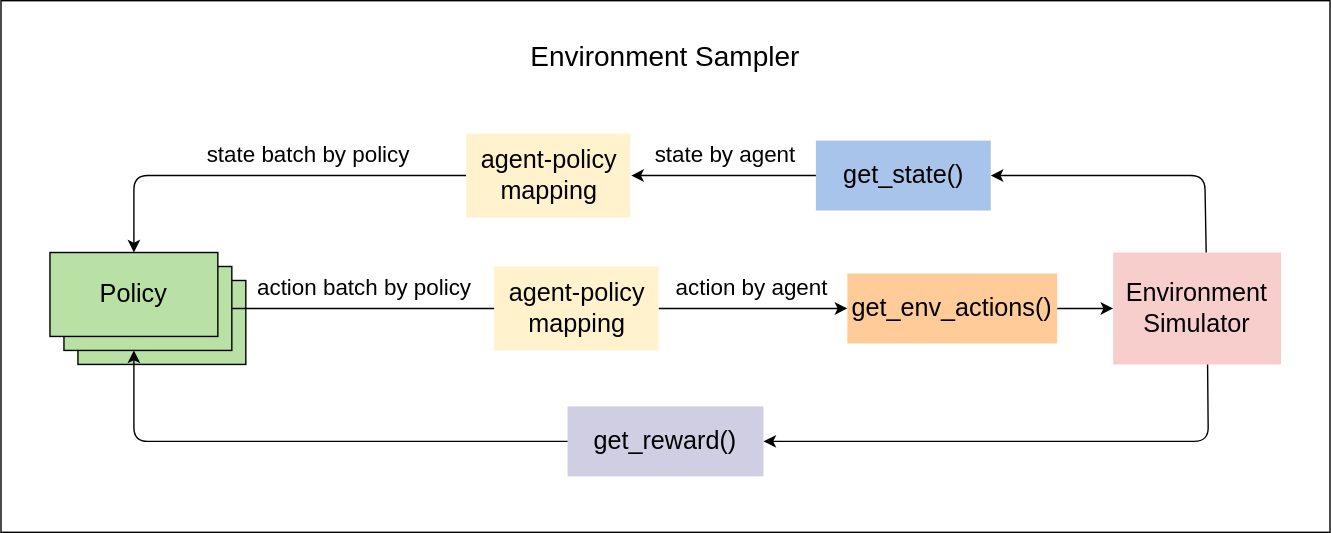
Above: docs/source/images/rl/env_sampler.svg in microsoft/maro (draw.io), before the change. Source tidied: cells renumbered, new cells last; positions are measured from the earlier drawing's top-left corner, leaving out a move shared by most shapes. Its diagram source:
```xml
<mxGraphModel>
  <root>
    <mxCell id="0" />
    <mxCell id="1" parent="0" />
    <mxCell id="2" style="rounded=0;whiteSpace=wrap;html=1;fontSize=20;" parent="1" vertex="1">
      <mxGeometry width="950" height="380" as="geometry" />
    </mxCell>
    <mxCell id="3" value="get_state()" style="rounded=0;whiteSpace=wrap;html=1;shadow=0;glass=0;sketch=0;strokeWidth=1;gradientColor=none;fontSize=18;align=center;strokeColor=none;fillColor=#A9C4EB;" parent="1" vertex="1">
      <mxGeometry x="582.5" y="100" width="125" height="50" as="geometry" />
    </mxCell>
    <mxCell id="4" value="Environment Simulator" style="rounded=0;whiteSpace=wrap;html=1;shadow=0;glass=0;sketch=0;strokeWidth=1;fontSize=18;align=center;fillColor=#f8cecc;strokeColor=none;" parent="1" vertex="1">
      <mxGeometry x="795" y="180" width="120" height="80" as="geometry" />
    </mxCell>
    <mxCell id="5" style="endArrow=classic;html=1;fontSize=20;" parent="1" edge="1" target="3">
      <mxGeometry relative="1" as="geometry">
        <mxPoint x="861.5" y="180" as="sourcePoint" />
        <Array as="points">
          <mxPoint x="860.5" y="125" />
        </Array>
      </mxGeometry>
    </mxCell>
    <mxCell id="6" value="get_env_actions()" style="rounded=0;whiteSpace=wrap;html=1;shadow=0;glass=0;sketch=0;strokeWidth=1;gradientColor=none;fontSize=18;align=center;strokeColor=none;fillColor=#FFCC99;" parent="1" vertex="1">
      <mxGeometry x="605" y="195" width="150" height="50" as="geometry" />
    </mxCell>
    <mxCell id="7" value="&lt;font&gt;&lt;span style=&quot;font-size: 20px&quot;&gt;Environment Sampler&lt;/span&gt;&lt;br&gt;&lt;/font&gt;" style="text;html=1;strokeColor=none;fillColor=none;align=center;verticalAlign=middle;whiteSpace=wrap;rounded=0;shadow=0;glass=0;sketch=0;fontSize=18;" parent="1" vertex="1">
      <mxGeometry x="376.3" y="20" width="197.5" height="40" as="geometry" />
    </mxCell>
    <mxCell id="8" value="Agent" style="rounded=0;whiteSpace=wrap;html=1;shadow=0;glass=0;sketch=0;strokeColor=#000000;strokeWidth=1;gradientColor=none;fontSize=18;align=center;fillColor=#B9E0A5;" parent="1" vertex="1">
      <mxGeometry x="55" y="200" width="120" height="60" as="geometry" />
    </mxCell>
    <mxCell id="9" value="Agent" style="rounded=0;whiteSpace=wrap;html=1;shadow=0;glass=0;sketch=0;strokeColor=#000000;strokeWidth=1;gradientColor=none;fontSize=18;align=center;fillColor=#B9E0A5;" parent="1" vertex="1">
      <mxGeometry x="45" y="190" width="120" height="60" as="geometry" />
    </mxCell>
    <mxCell id="10" value="Policy" style="rounded=0;whiteSpace=wrap;html=1;shadow=0;glass=0;sketch=0;strokeWidth=1;gradientColor=none;fontSize=18;align=center;fillColor=#B9E0A5;" parent="1" vertex="1">
      <mxGeometry x="35" y="180" width="120" height="60" as="geometry" />
    </mxCell>
    <mxCell id="11" value="&lt;font style=&quot;font-size: 16px&quot;&gt;state by agent&lt;/font&gt;" style="text;html=1;strokeColor=none;fillColor=none;align=center;verticalAlign=middle;whiteSpace=wrap;rounded=0;shadow=0;glass=0;sketch=0;fontSize=18;" parent="1" vertex="1">
      <mxGeometry x="457.5" y="95" width="120" height="30" as="geometry" />
    </mxCell>
    <mxCell id="12" style="endArrow=classic;html=1;fontSize=20;entryX=0.5;entryY=0;entryDx=0;entryDy=0;" parent="1" edge="1" target="10">
      <mxGeometry relative="1" as="geometry">
        <mxPoint x="332.5" y="125" as="sourcePoint" />
        <Array as="points">
          <mxPoint x="95" y="125" />
        </Array>
      </mxGeometry>
    </mxCell>
    <mxCell id="13" style="endArrow=classic;html=1;fontSize=20;exitX=1;exitY=0.5;exitDx=0;exitDy=0;startArrow=none;entryX=0;entryY=0.5;entryDx=0;entryDy=0;" parent="1" edge="1" source="22" target="6">
      <mxGeometry relative="1" as="geometry" />
    </mxCell>
    <mxCell id="14" value="&lt;font style=&quot;font-size: 16px&quot;&gt;action by agent&lt;/font&gt;" style="text;html=1;strokeColor=none;fillColor=none;align=center;verticalAlign=middle;whiteSpace=wrap;rounded=0;shadow=0;glass=0;sketch=0;fontSize=18;" parent="1" vertex="1">
      <mxGeometry x="477" y="190" width="120" height="30" as="geometry" />
    </mxCell>
    <mxCell id="15" style="endArrow=classic;html=1;fontSize=20;exitX=1;exitY=0.5;exitDx=0;exitDy=0;" parent="1" edge="1" source="6" target="4">
      <mxGeometry relative="1" as="geometry" />
    </mxCell>
    <mxCell id="16" value="get_reward()" style="rounded=0;whiteSpace=wrap;html=1;shadow=0;glass=0;sketch=0;strokeWidth=1;fontSize=18;align=center;fillColor=#d0cee2;strokeColor=none;" parent="1" vertex="1">
      <mxGeometry x="405" y="290" width="140" height="50" as="geometry" />
    </mxCell>
    <mxCell id="17" style="endArrow=classic;html=1;fontSize=20;entryX=1;entryY=0.5;entryDx=0;entryDy=0;" parent="1" edge="1" target="16">
      <mxGeometry relative="1" as="geometry">
        <mxPoint x="862.5" y="260" as="sourcePoint" />
        <Array as="points">
          <mxPoint x="863" y="315" />
        </Array>
      </mxGeometry>
    </mxCell>
    <mxCell id="18" style="endArrow=classic;html=1;fontSize=20;exitX=0;exitY=0.5;exitDx=0;exitDy=0;" parent="1" edge="1" source="16">
      <mxGeometry relative="1" as="geometry">
        <mxPoint x="95" y="250" as="targetPoint" />
        <Array as="points">
          <mxPoint x="95" y="315" />
        </Array>
      </mxGeometry>
    </mxCell>
    <mxCell id="19" value="agent-policy mapping" style="rounded=0;whiteSpace=wrap;html=1;shadow=0;glass=0;sketch=0;strokeWidth=1;fontSize=18;align=center;fillColor=#fff2cc;strokeColor=none;" parent="1" vertex="1">
      <mxGeometry x="332.5" y="95" width="117.5" height="60" as="geometry" />
    </mxCell>
    <mxCell id="20" style="endArrow=classic;html=1;fontSize=20;exitX=0;exitY=0.5;exitDx=0;exitDy=0;" parent="1" edge="1" source="3">
      <mxGeometry relative="1" as="geometry">
        <mxPoint x="450.5" y="125" as="targetPoint" />
      </mxGeometry>
    </mxCell>
    <mxCell id="21" value="&lt;font style=&quot;font-size: 16px&quot;&gt;state batch by policy&lt;/font&gt;" style="text;html=1;strokeColor=none;fillColor=none;align=center;verticalAlign=middle;whiteSpace=wrap;rounded=0;shadow=0;glass=0;sketch=0;fontSize=18;" parent="1" vertex="1">
      <mxGeometry x="145" y="95" width="150" height="30" as="geometry" />
    </mxCell>
    <mxCell id="22" value="agent-policy mapping" style="rounded=0;whiteSpace=wrap;html=1;shadow=0;glass=0;sketch=0;strokeWidth=1;fontSize=18;align=center;fillColor=#fff2cc;strokeColor=none;" parent="1" vertex="1">
      <mxGeometry x="352.5" y="190" width="117.5" height="60" as="geometry" />
    </mxCell>
    <mxCell id="23" style="endArrow=none;html=1;fontSize=20;exitX=1;exitY=0.5;exitDx=0;exitDy=0;" parent="1" edge="1" source="9" target="22">
      <mxGeometry relative="1" as="geometry" />
    </mxCell>
    <mxCell id="24" value="&lt;font style=&quot;font-size: 16px&quot;&gt;action batch by policy&lt;/font&gt;" style="text;html=1;strokeColor=none;fillColor=none;align=center;verticalAlign=middle;whiteSpace=wrap;rounded=0;shadow=0;glass=0;sketch=0;fontSize=18;" parent="1" vertex="1">
      <mxGeometry x="175" y="190" width="170" height="30" as="geometry" />
    </mxCell>
  </root>
</mxGraphModel>
```
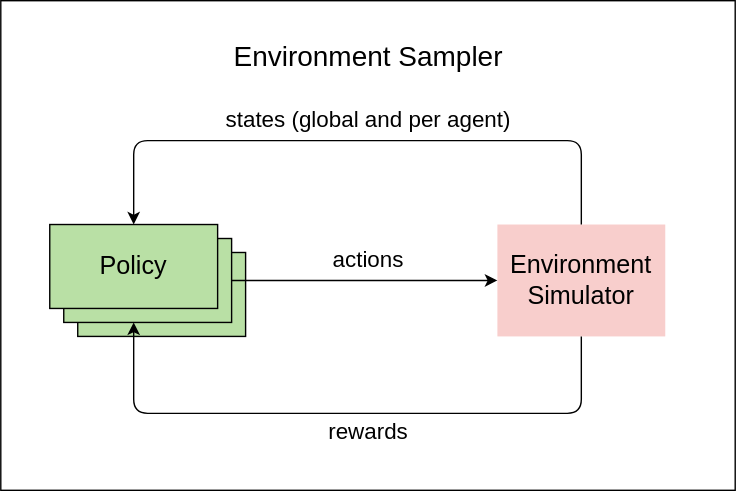
Above is the later version.

Change to the diagram source:
```diff
@@ -3,27 +3,21 @@
     <mxCell id="0" />
     <mxCell id="1" parent="0" />
     <mxCell id="2" style="rounded=0;whiteSpace=wrap;html=1;fontSize=20;" parent="1" vertex="1">
-      <mxGeometry width="950" height="380" as="geometry" />
+      <mxGeometry y="20" width="525" height="350" as="geometry" />
     </mxCell>
-    <mxCell id="3" value="get_state()" style="rounded=0;whiteSpace=wrap;html=1;shadow=0;glass=0;sketch=0;strokeWidth=1;gradientColor=none;fontSize=18;align=center;strokeColor=none;fillColor=#A9C4EB;" parent="1" vertex="1">
-      <mxGeometry x="582.5" y="100" width="125" height="50" as="geometry" />
-    </mxCell>
     <mxCell id="4" value="Environment Simulator" style="rounded=0;whiteSpace=wrap;html=1;shadow=0;glass=0;sketch=0;strokeWidth=1;fontSize=18;align=center;fillColor=#f8cecc;strokeColor=none;" parent="1" vertex="1">
-      <mxGeometry x="795" y="180" width="120" height="80" as="geometry" />
+      <mxGeometry x="355" y="180" width="120" height="80" as="geometry" />
     </mxCell>
-    <mxCell id="5" style="endArrow=classic;html=1;fontSize=20;" parent="1" edge="1" target="3">
+    <mxCell id="5" style="endArrow=classic;html=1;fontSize=20;entryX=0.5;entryY=0;entryDx=0;entryDy=0;exitX=0.5;exitY=0;exitDx=0;exitDy=0;" parent="1" edge="1" source="4" target="10">
       <mxGeometry relative="1" as="geometry">
-        <mxPoint x="861.5" y="180" as="sourcePoint" />
         <Array as="points">
-          <mxPoint x="860.5" y="125" />
+          <mxPoint x="415" y="120" />
+          <mxPoint x="95" y="120" />
         </Array>
       </mxGeometry>
     </mxCell>
-    <mxCell id="6" value="get_env_actions()" style="rounded=0;whiteSpace=wrap;html=1;shadow=0;glass=0;sketch=0;strokeWidth=1;gradientColor=none;fontSize=18;align=center;strokeColor=none;fillColor=#FFCC99;" parent="1" vertex="1">
-      <mxGeometry x="605" y="195" width="150" height="50" as="geometry" />
-    </mxCell>
     <mxCell id="7" value="&lt;font&gt;&lt;span style=&quot;font-size: 20px&quot;&gt;Environment Sampler&lt;/span&gt;&lt;br&gt;&lt;/font&gt;" style="text;html=1;strokeColor=none;fillColor=none;align=center;verticalAlign=middle;whiteSpace=wrap;rounded=0;shadow=0;glass=0;sketch=0;fontSize=18;" parent="1" vertex="1">
-      <mxGeometry x="376.3" y="20" width="197.5" height="40" as="geometry" />
+      <mxGeometry x="163.8" y="40" width="197.5" height="40" as="geometry" />
     </mxCell>
     <mxCell id="8" value="Agent" style="rounded=0;whiteSpace=wrap;html=1;shadow=0;glass=0;sketch=0;strokeColor=#000000;strokeWidth=1;gradientColor=none;fontSize=18;align=center;fillColor=#B9E0A5;" parent="1" vertex="1">
       <mxGeometry x="55" y="200" width="120" height="60" as="geometry" />
@@ -34,64 +28,26 @@
     <mxCell id="10" value="Policy" style="rounded=0;whiteSpace=wrap;html=1;shadow=0;glass=0;sketch=0;strokeWidth=1;gradientColor=none;fontSize=18;align=center;fillColor=#B9E0A5;" parent="1" vertex="1">
       <mxGeometry x="35" y="180" width="120" height="60" as="geometry" />
     </mxCell>
-    <mxCell id="11" value="&lt;font style=&quot;font-size: 16px&quot;&gt;state by agent&lt;/font&gt;" style="text;html=1;strokeColor=none;fillColor=none;align=center;verticalAlign=middle;whiteSpace=wrap;rounded=0;shadow=0;glass=0;sketch=0;fontSize=18;" parent="1" vertex="1">
-      <mxGeometry x="457.5" y="95" width="120" height="30" as="geometry" />
-    </mxCell>
-    <mxCell id="12" style="endArrow=classic;html=1;fontSize=20;entryX=0.5;entryY=0;entryDx=0;entryDy=0;" parent="1" edge="1" target="10">
-      <mxGeometry relative="1" as="geometry">
-        <mxPoint x="332.5" y="125" as="sourcePoint" />
-        <Array as="points">
-          <mxPoint x="95" y="125" />
-        </Array>
-      </mxGeometry>
-    </mxCell>
-    <mxCell id="13" style="endArrow=classic;html=1;fontSize=20;exitX=1;exitY=0.5;exitDx=0;exitDy=0;startArrow=none;entryX=0;entryY=0.5;entryDx=0;entryDy=0;" parent="1" edge="1" source="22" target="6">
-      <mxGeometry relative="1" as="geometry" />
-    </mxCell>
-    <mxCell id="14" value="&lt;font style=&quot;font-size: 16px&quot;&gt;action by agent&lt;/font&gt;" style="text;html=1;strokeColor=none;fillColor=none;align=center;verticalAlign=middle;whiteSpace=wrap;rounded=0;shadow=0;glass=0;sketch=0;fontSize=18;" parent="1" vertex="1">
-      <mxGeometry x="477" y="190" width="120" height="30" as="geometry" />
-    </mxCell>
-    <mxCell id="15" style="endArrow=classic;html=1;fontSize=20;exitX=1;exitY=0.5;exitDx=0;exitDy=0;" parent="1" edge="1" source="6" target="4">
-      <mxGeometry relative="1" as="geometry" />
-    </mxCell>
-    <mxCell id="16" value="get_reward()" style="rounded=0;whiteSpace=wrap;html=1;shadow=0;glass=0;sketch=0;strokeWidth=1;fontSize=18;align=center;fillColor=#d0cee2;strokeColor=none;" parent="1" vertex="1">
-      <mxGeometry x="405" y="290" width="140" height="50" as="geometry" />
-    </mxCell>
-    <mxCell id="17" style="endArrow=classic;html=1;fontSize=20;entryX=1;entryY=0.5;entryDx=0;entryDy=0;" parent="1" edge="1" target="16">
-      <mxGeometry relative="1" as="geometry">
-        <mxPoint x="862.5" y="260" as="sourcePoint" />
-        <Array as="points">
-          <mxPoint x="863" y="315" />
-        </Array>
-      </mxGeometry>
-    </mxCell>
-    <mxCell id="18" style="endArrow=classic;html=1;fontSize=20;exitX=0;exitY=0.5;exitDx=0;exitDy=0;" parent="1" edge="1" source="16">
+    <mxCell id="18" style="endArrow=classic;html=1;fontSize=20;exitX=0.5;exitY=1;exitDx=0;exitDy=0;" parent="1" edge="1" source="4">
       <mxGeometry relative="1" as="geometry">
         <mxPoint x="95" y="250" as="targetPoint" />
         <Array as="points">
+          <mxPoint x="415" y="315" />
           <mxPoint x="95" y="315" />
         </Array>
       </mxGeometry>
     </mxCell>
-    <mxCell id="19" value="agent-policy mapping" style="rounded=0;whiteSpace=wrap;html=1;shadow=0;glass=0;sketch=0;strokeWidth=1;fontSize=18;align=center;fillColor=#fff2cc;strokeColor=none;" parent="1" vertex="1">
-      <mxGeometry x="332.5" y="95" width="117.5" height="60" as="geometry" />
-    </mxCell>
-    <mxCell id="20" style="endArrow=classic;html=1;fontSize=20;exitX=0;exitY=0.5;exitDx=0;exitDy=0;" parent="1" edge="1" source="3">
-      <mxGeometry relative="1" as="geometry">
-        <mxPoint x="450.5" y="125" as="targetPoint" />
-      </mxGeometry>
-    </mxCell>
-    <mxCell id="21" value="&lt;font style=&quot;font-size: 16px&quot;&gt;state batch by policy&lt;/font&gt;" style="text;html=1;strokeColor=none;fillColor=none;align=center;verticalAlign=middle;whiteSpace=wrap;rounded=0;shadow=0;glass=0;sketch=0;fontSize=18;" parent="1" vertex="1">
-      <mxGeometry x="145" y="95" width="150" height="30" as="geometry" />
-    </mxCell>
-    <mxCell id="22" value="agent-policy mapping" style="rounded=0;whiteSpace=wrap;html=1;shadow=0;glass=0;sketch=0;strokeWidth=1;fontSize=18;align=center;fillColor=#fff2cc;strokeColor=none;" parent="1" vertex="1">
-      <mxGeometry x="352.5" y="190" width="117.5" height="60" as="geometry" />
-    </mxCell>
-    <mxCell id="23" style="endArrow=none;html=1;fontSize=20;exitX=1;exitY=0.5;exitDx=0;exitDy=0;" parent="1" edge="1" source="9" target="22">
-      <mxGeometry relative="1" as="geometry" />
-    </mxCell>
-    <mxCell id="24" value="&lt;font style=&quot;font-size: 16px&quot;&gt;action batch by policy&lt;/font&gt;" style="text;html=1;strokeColor=none;fillColor=none;align=center;verticalAlign=middle;whiteSpace=wrap;rounded=0;shadow=0;glass=0;sketch=0;fontSize=18;" parent="1" vertex="1">
-      <mxGeometry x="175" y="190" width="170" height="30" as="geometry" />
+    <mxCell id="24" value="&lt;font style=&quot;font-size: 16px&quot;&gt;actions&lt;/font&gt;" style="text;html=1;strokeColor=none;fillColor=none;align=center;verticalAlign=middle;whiteSpace=wrap;rounded=0;shadow=0;glass=0;sketch=0;fontSize=18;" parent="1" vertex="1">
+      <mxGeometry x="177.5" y="190" width="170" height="30" as="geometry" />
     </mxCell>
+    <mxCell id="25" value="&lt;font style=&quot;font-size: 16px&quot;&gt;states (global and per agent)&lt;/font&gt;" style="text;html=1;strokeColor=none;fillColor=none;align=center;verticalAlign=middle;whiteSpace=wrap;rounded=0;shadow=0;glass=0;sketch=0;fontSize=18;" parent="1" vertex="1">
+      <mxGeometry x="152.5" y="90" width="220" height="30" as="geometry" />
+    </mxCell>
+    <mxCell id="26" style="endArrow=classic;html=1;rounded=0;exitX=1;exitY=0.5;exitDx=0;exitDy=0;entryX=0;entryY=0.5;entryDx=0;entryDy=0;" parent="1" edge="1" source="9" target="4">
+      <mxGeometry relative="1" as="geometry" />
+    </mxCell>
+    <mxCell id="27" value="&lt;font style=&quot;font-size: 16px&quot;&gt;rewards&lt;/font&gt;" style="text;html=1;strokeColor=none;fillColor=none;align=center;verticalAlign=middle;whiteSpace=wrap;rounded=0;shadow=0;glass=0;sketch=0;fontSize=18;" parent="1" vertex="1">
+      <mxGeometry x="177.5" y="313" width="170" height="30" as="geometry" />
+    </mxCell>
   </root>
 </mxGraphModel>
```
